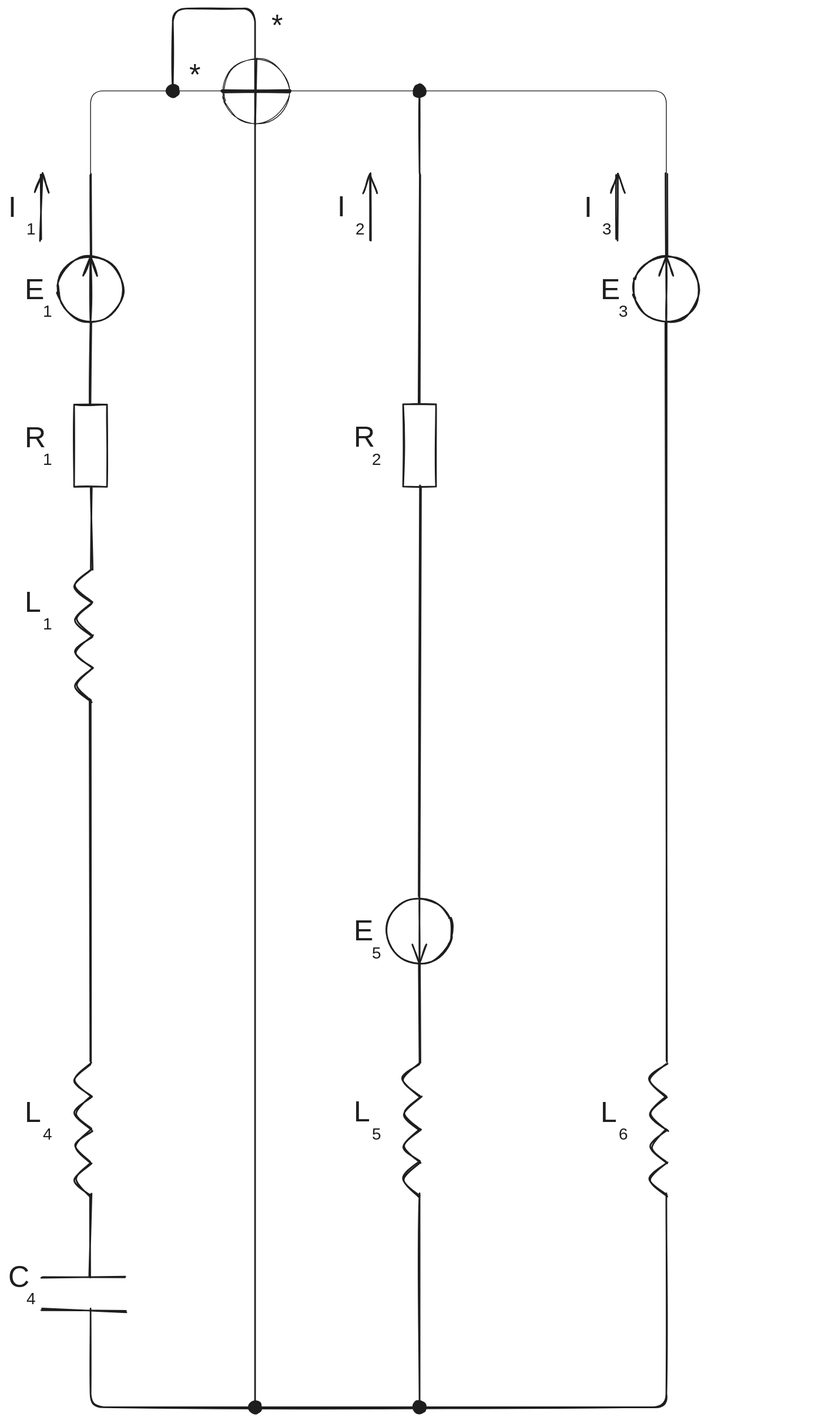
Above: ele/rygota2/task.excalidraw.svg in kawazaki42/NoteS4 (Excalidraw), before the change. Source tidied: one line per element, renumbered; positions are measured from the earlier drawing's top-left corner, leaving out a move shared by most shapes. Source of this version:
```json
{"id": 0, "type": "ellipse", "strokeColor": "#1e1e1e", "angle": 11.0, "strokeWidth": 2, "roughness": 1, "x": 60, "y": 301, "width": 80, "height": 80}
{"id": 1, "type": "arrow", "strokeColor": "#1e1e1e", "angle": 11.0, "strokeWidth": 2, "roughness": 1, "endArrowhead": "arrow", "x": 60, "y": 341, "width": 80, "height": 0, "points": [[0, 0], [80, 0]]}
{"id": 2, "type": "rectangle", "strokeColor": "#1e1e1e", "strokeWidth": 2, "roughness": 1, "x": 80, "y": 481, "width": 40, "height": 100}
{"id": 3, "type": "line", "strokeColor": "#1e1e1e", "strokeWidth": 2, "roughness": 1, "round": true, "x": 101, "y": 681, "width": 20, "height": 40, "points": [[0, 0], [-20, 20], [0, 40]]}
{"id": 4, "type": "line", "strokeColor": "#1e1e1e", "strokeWidth": 2, "roughness": 1, "round": true, "x": 102, "y": 722, "width": 20, "height": 40, "points": [[0, 0], [-20, 20], [0, 40]]}
{"id": 5, "type": "line", "strokeColor": "#1e1e1e", "strokeWidth": 2, "roughness": 1, "round": true, "x": 102, "y": 762, "width": 20, "height": 40, "points": [[0, 0], [-20, 20], [0, 40]]}
{"id": 6, "type": "line", "strokeColor": "#1e1e1e", "strokeWidth": 2, "roughness": 1, "round": true, "x": 102, "y": 803, "width": 20, "height": 40, "points": [[0, 0], [-20, 20], [0, 40]]}
{"id": 7, "type": "line", "strokeColor": "#1e1e1e", "strokeWidth": 2, "roughness": 1, "round": true, "x": 100, "y": 1282, "width": 20, "height": 40, "points": [[0, 0], [-20, 20], [0, 40]]}
{"id": 8, "type": "line", "strokeColor": "#1e1e1e", "strokeWidth": 2, "roughness": 1, "round": true, "x": 101, "y": 1323, "width": 20, "height": 40, "points": [[0, 0], [-20, 20], [0, 40]]}
{"id": 9, "type": "line", "strokeColor": "#1e1e1e", "strokeWidth": 2, "roughness": 1, "round": true, "x": 101, "y": 1363, "width": 20, "height": 40, "points": [[0, 0], [-20, 20], [0, 40]]}
{"id": 10, "type": "line", "strokeColor": "#1e1e1e", "strokeWidth": 2, "roughness": 1, "round": true, "x": 101, "y": 1403, "width": 20, "height": 40, "points": [[0, 0], [-20, 20], [0, 40]]}
{"id": 11, "type": "line", "strokeColor": "#1e1e1e", "strokeWidth": 2, "roughness": 1, "round": true, "x": 41, "y": 1542, "width": 100, "height": 0, "points": [[0, 0], [100, 0]]}
{"id": 12, "type": "line", "strokeColor": "#1e1e1e", "strokeWidth": 2, "roughness": 1, "round": true, "x": 40, "y": 1581, "width": 103, "height": 3, "points": [[0, 0], [103, 3]]}
{"id": 13, "type": "line", "strokeColor": "#1e1e1e", "strokeWidth": 2, "roughness": 1, "round": true, "x": 100, "y": 381, "width": 0, "height": 100, "points": [[0, 0], [0, 100]]}
{"id": 14, "type": "line", "strokeColor": "#1e1e1e", "strokeWidth": 2, "roughness": 1, "round": true, "x": 101, "y": 581, "width": 0, "height": 100, "points": [[0, 0], [0, 100]]}
{"id": 15, "type": "line", "strokeColor": "#1e1e1e", "strokeWidth": 2, "roughness": 1, "round": true, "x": 100, "y": 840, "width": 0, "height": 440, "points": [[0, 0], [0, 440]]}
{"id": 16, "type": "line", "strokeColor": "#1e1e1e", "strokeWidth": 2, "roughness": 1, "round": true, "x": 100, "y": 1441, "width": 0, "height": 100, "points": [[0, 0], [0, 100]]}
{"id": 17, "type": "line", "strokeColor": "#1e1e1e", "strokeWidth": 2, "roughness": 1, "round": true, "x": 100, "y": 301, "width": 0, "height": 100, "points": [[0, 0], [0, -100]]}
{"id": 18, "type": "arrow", "strokeColor": "#1e1e1e", "strokeWidth": 2, "roughness": 1, "endArrowhead": "arrow", "round": true, "x": 40, "y": 281, "width": 0, "height": 80, "points": [[0, 0], [0, -80]]}
{"id": 19, "type": "text", "text": "I", "strokeColor": "#1e1e1e", "strokeWidth": 2, "roughness": 1, "fontSize": 36, "fontFamily": 5, "x": 0, "y": 221, "width": 20, "height": 45}
{"id": 20, "type": "text", "text": "1", "strokeColor": "#1e1e1e", "strokeWidth": 2, "roughness": 1, "fontSize": 20, "fontFamily": 5, "x": 22, "y": 257, "width": 9, "height": 25}
{"id": 21, "type": "text", "text": "E", "strokeColor": "#1e1e1e", "strokeWidth": 2, "roughness": 1, "fontSize": 36, "fontFamily": 5, "x": 20, "y": 321, "width": 25, "height": 45}
{"id": 22, "type": "text", "text": "1", "strokeColor": "#1e1e1e", "strokeWidth": 2, "roughness": 1, "fontSize": 20, "fontFamily": 5, "x": 42, "y": 357, "width": 9, "height": 25}
{"id": 23, "type": "text", "text": "R", "strokeColor": "#1e1e1e", "strokeWidth": 2, "roughness": 1, "fontSize": 36, "fontFamily": 5, "x": 20, "y": 501, "width": 26, "height": 45}
{"id": 24, "type": "text", "text": "1", "strokeColor": "#1e1e1e", "strokeWidth": 2, "roughness": 1, "fontSize": 20, "fontFamily": 5, "x": 42, "y": 537, "width": 9, "height": 25}
{"id": 25, "type": "text", "text": "L", "strokeColor": "#1e1e1e", "strokeWidth": 2, "roughness": 1, "fontSize": 36, "fontFamily": 5, "x": 20, "y": 701, "width": 20, "height": 45}
{"id": 26, "type": "text", "text": "1", "strokeColor": "#1e1e1e", "strokeWidth": 2, "roughness": 1, "fontSize": 20, "fontFamily": 5, "x": 42, "y": 737, "width": 9, "height": 25}
{"id": 27, "type": "text", "text": "L", "strokeColor": "#1e1e1e", "strokeWidth": 2, "roughness": 1, "fontSize": 36, "fontFamily": 5, "x": 20, "y": 1321, "width": 20, "height": 45}
{"id": 28, "type": "text", "text": "4", "strokeColor": "#1e1e1e", "strokeWidth": 2, "roughness": 1, "fontSize": 20, "fontFamily": 5, "x": 42, "y": 1357, "width": 12, "height": 25}
{"id": 29, "type": "text", "text": "C", "strokeColor": "#1e1e1e", "strokeWidth": 2, "roughness": 1, "fontSize": 36, "fontFamily": 5, "x": 0, "y": 1521, "width": 23, "height": 45}
{"id": 30, "type": "text", "text": "4", "strokeColor": "#1e1e1e", "strokeWidth": 2, "roughness": 1, "fontSize": 20, "fontFamily": 5, "x": 22, "y": 1557, "width": 12, "height": 25}
{"id": 31, "type": "rectangle", "strokeColor": "#1e1e1e", "strokeWidth": 2, "roughness": 1, "x": 480, "y": 481, "width": 40, "height": 100}
{"id": 32, "type": "ellipse", "strokeColor": "#1e1e1e", "angle": -4.71, "strokeWidth": 2, "roughness": 1, "x": 460, "y": 1081, "width": 80, "height": 80}
{"id": 33, "type": "arrow", "strokeColor": "#1e1e1e", "angle": -4.71, "strokeWidth": 2, "roughness": 1, "endArrowhead": "arrow", "x": 460, "y": 1121, "width": 80, "height": 0, "points": [[0, 0], [80, 0]]}
{"id": 34, "type": "line", "strokeColor": "#1e1e1e", "strokeWidth": 2, "roughness": 1, "round": true, "x": 500, "y": 1282, "width": 20, "height": 40, "points": [[0, 0], [-20, 20], [0, 40]]}
{"id": 35, "type": "line", "strokeColor": "#1e1e1e", "strokeWidth": 2, "roughness": 1, "round": true, "x": 501, "y": 1323, "width": 20, "height": 40, "points": [[0, 0], [-20, 20], [0, 40]]}
{"id": 36, "type": "line", "strokeColor": "#1e1e1e", "strokeWidth": 2, "roughness": 1, "round": true, "x": 501, "y": 1363, "width": 20, "height": 40, "points": [[0, 0], [-20, 20], [0, 40]]}
{"id": 37, "type": "line", "strokeColor": "#1e1e1e", "strokeWidth": 2, "roughness": 1, "round": true, "x": 501, "y": 1403, "width": 20, "height": 40, "points": [[0, 0], [-20, 20], [0, 40]]}
{"id": 38, "type": "line", "strokeColor": "#1e1e1e", "strokeWidth": 2, "roughness": 1, "round": true, "x": 501, "y": 581, "width": 1, "height": 499, "points": [[0, 0], [-1, 499]]}
{"id": 39, "type": "line", "strokeColor": "#1e1e1e", "strokeWidth": 2, "roughness": 1, "round": true, "x": 500, "y": 1161, "width": 1, "height": 121, "points": [[0, 0], [1, 121]]}
{"id": 40, "type": "line", "strokeColor": "#1e1e1e", "strokeWidth": 2, "roughness": 1, "round": true, "x": 500, "y": 480, "width": 0, "height": 279, "points": [[0, 0], [0, -279]]}
{"id": 41, "type": "arrow", "strokeColor": "#1e1e1e", "strokeWidth": 2, "roughness": 1, "endArrowhead": "arrow", "round": true, "x": 440, "y": 281, "width": 0, "height": 80, "points": [[0, 0], [0, -80]]}
{"id": 42, "type": "text", "text": "I", "strokeColor": "#1e1e1e", "strokeWidth": 2, "roughness": 1, "fontSize": 36, "fontFamily": 5, "x": 400, "y": 221, "width": 20, "height": 45}
{"id": 43, "type": "text", "text": "2", "strokeColor": "#1e1e1e", "strokeWidth": 2, "roughness": 1, "fontSize": 20, "fontFamily": 5, "x": 422, "y": 257, "width": 14, "height": 25}
{"id": 44, "type": "text", "text": "R", "strokeColor": "#1e1e1e", "strokeWidth": 2, "roughness": 1, "fontSize": 36, "fontFamily": 5, "x": 420, "y": 501, "width": 26, "height": 45}
{"id": 45, "type": "text", "text": "2", "strokeColor": "#1e1e1e", "strokeWidth": 2, "roughness": 1, "fontSize": 20, "fontFamily": 5, "x": 442, "y": 537, "width": 14, "height": 25}
{"id": 46, "type": "text", "text": "E", "strokeColor": "#1e1e1e", "strokeWidth": 2, "roughness": 1, "fontSize": 36, "fontFamily": 5, "x": 420, "y": 1101, "width": 25, "height": 45}
{"id": 47, "type": "text", "text": "5", "strokeColor": "#1e1e1e", "strokeWidth": 2, "roughness": 1, "fontSize": 20, "fontFamily": 5, "x": 442, "y": 1137, "width": 12, "height": 25}
{"id": 48, "type": "text", "text": "L", "strokeColor": "#1e1e1e", "strokeWidth": 2, "roughness": 1, "fontSize": 36, "fontFamily": 5, "x": 420, "y": 1321, "width": 20, "height": 45}
{"id": 49, "type": "text", "text": "5", "strokeColor": "#1e1e1e", "strokeWidth": 2, "roughness": 1, "fontSize": 20, "fontFamily": 5, "x": 442, "y": 1357, "width": 12, "height": 25}
{"id": 50, "type": "ellipse", "strokeColor": "#1e1e1e", "angle": 11.0, "strokeWidth": 2, "roughness": 1, "x": 760, "y": 301, "width": 80, "height": 80}
{"id": 51, "type": "arrow", "strokeColor": "#1e1e1e", "angle": 11.0, "strokeWidth": 2, "roughness": 1, "endArrowhead": "arrow", "x": 760, "y": 341, "width": 80, "height": 0, "points": [[0, 0], [80, 0]]}
{"id": 52, "type": "line", "strokeColor": "#1e1e1e", "strokeWidth": 2, "roughness": 1, "round": true, "x": 800, "y": 1282, "width": 20, "height": 40, "points": [[0, 0], [-20, 20], [0, 40]]}
{"id": 53, "type": "line", "strokeColor": "#1e1e1e", "strokeWidth": 2, "roughness": 1, "round": true, "x": 801, "y": 1323, "width": 20, "height": 40, "points": [[0, 0], [-20, 20], [0, 40]]}
{"id": 54, "type": "line", "strokeColor": "#1e1e1e", "strokeWidth": 2, "roughness": 1, "round": true, "x": 801, "y": 1363, "width": 20, "height": 40, "points": [[0, 0], [-20, 20], [0, 40]]}
{"id": 55, "type": "line", "strokeColor": "#1e1e1e", "strokeWidth": 2, "roughness": 1, "round": true, "x": 801, "y": 1403, "width": 20, "height": 40, "points": [[0, 0], [-20, 20], [0, 40]]}
{"id": 56, "type": "line", "strokeColor": "#1e1e1e", "strokeWidth": 2, "roughness": 1, "round": true, "x": 800, "y": 381, "width": 0, "height": 899, "points": [[0, 0], [0, 899]]}
{"id": 57, "type": "line", "strokeColor": "#1e1e1e", "strokeWidth": 2, "roughness": 1, "round": true, "x": 800, "y": 301, "width": 0, "height": 100, "points": [[0, 0], [0, -100]]}
{"id": 58, "type": "arrow", "strokeColor": "#1e1e1e", "strokeWidth": 2, "roughness": 1, "endArrowhead": "arrow", "round": true, "x": 740, "y": 281, "width": 0, "height": 80, "points": [[0, 0], [0, -80]]}
{"id": 59, "type": "text", "text": "I", "strokeColor": "#1e1e1e", "strokeWidth": 2, "roughness": 1, "fontSize": 36, "fontFamily": 5, "x": 700, "y": 221, "width": 20, "height": 45}
{"id": 60, "type": "text", "text": "3", "strokeColor": "#1e1e1e", "strokeWidth": 2, "roughness": 1, "fontSize": 20, "fontFamily": 5, "x": 722, "y": 257, "width": 12, "height": 25}
{"id": 61, "type": "text", "text": "E", "strokeColor": "#1e1e1e", "strokeWidth": 2, "roughness": 1, "fontSize": 36, "fontFamily": 5, "x": 720, "y": 321, "width": 25, "height": 45}
{"id": 62, "type": "text", "text": "3", "strokeColor": "#1e1e1e", "strokeWidth": 2, "roughness": 1, "fontSize": 20, "fontFamily": 5, "x": 742, "y": 357, "width": 12, "height": 25}
{"id": 63, "type": "text", "text": "L", "strokeColor": "#1e1e1e", "strokeWidth": 2, "roughness": 1, "fontSize": 36, "fontFamily": 5, "x": 720, "y": 1321, "width": 20, "height": 45}
{"id": 64, "type": "text", "text": "6", "strokeColor": "#1e1e1e", "strokeWidth": 2, "roughness": 1, "fontSize": 20, "fontFamily": 5, "x": 742, "y": 1357, "width": 13, "height": 25}
{"id": 65, "type": "arrow", "strokeColor": "#1e1e1e", "strokeWidth": 2, "roughness": 1, "x": 100, "y": 1580, "width": 700, "height": 260, "points": [[0, 0], [0, 120], [700, 120], [700, -140]]}
{"id": 66, "type": "arrow", "strokeColor": "#1e1e1e", "strokeWidth": 2, "roughness": 1, "startArrowhead": "circle", "x": 500, "y": 1700, "width": 0, "height": 260, "points": [[0, 0], [0, -260]]}
{"id": 67, "type": "arrow", "strokeColor": "#1e1e1e", "strokeWidth": 1, "roughness": 0, "x": 100, "y": 200, "width": 700, "height": 100, "points": [[0, 0], [0, -100], [700, -100], [700, 0]]}
{"id": 68, "type": "arrow", "strokeColor": "#1e1e1e", "strokeWidth": 2, "roughness": 1, "startArrowhead": "circle", "x": 500, "y": 100, "width": 0, "height": 100, "points": [[0, 0], [0, 100]]}
{"id": 69, "type": "ellipse", "strokeColor": "#1e1e1e", "angle": 11.0, "strokeWidth": 1, "roughness": 1, "x": 261, "y": 61, "width": 80, "height": 80}
{"id": 70, "type": "line", "strokeColor": "#1e1e1e", "strokeWidth": 4, "roughness": 1, "round": true, "x": 261, "y": 101, "width": 80, "height": 0, "points": [[0, 0], [80, 0]]}
{"id": 71, "type": "line", "strokeColor": "#1e1e1e", "strokeWidth": 1, "roughness": 1, "round": true, "x": 301, "y": 61, "width": 0, "height": 80, "points": [[0, 0], [0, 80]]}
{"id": 72, "type": "arrow", "strokeColor": "#1e1e1e", "strokeWidth": 2, "roughness": 1, "startArrowhead": "circle", "endArrowhead": "circle", "x": 200, "y": 100, "width": 100, "height": 1700, "points": [[0, 0], [0, -100], [100, -100], [100, 1600]]}
{"id": 73, "type": "text", "text": "*", "strokeColor": "#1e1e1e", "strokeWidth": 2, "roughness": 1, "fontSize": 36, "fontFamily": 5, "x": 320, "y": 0, "width": 19, "height": 45}
{"id": 74, "type": "text", "text": "*", "strokeColor": "#1e1e1e", "strokeWidth": 2, "roughness": 1, "fontSize": 36, "fontFamily": 5, "x": 220, "y": 60, "width": 19, "height": 45}
```
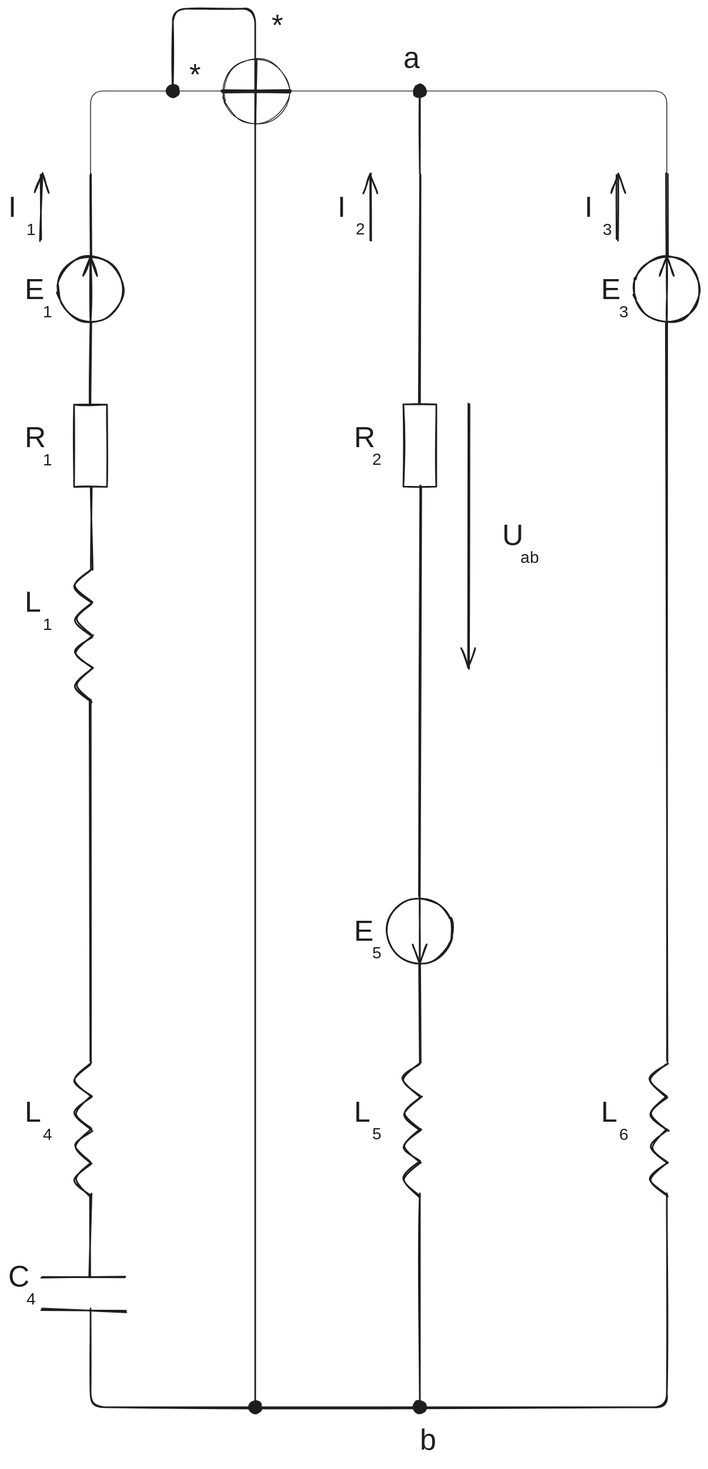
After the change.

Diff of the diagram source:
```diff
@@ -73,3 +73,8 @@
 {"id": 72, "type": "arrow", "strokeColor": "#1e1e1e", "strokeWidth": 2, "roughness": 1, "startArrowhead": "circle", "endArrowhead": "circle", "x": 200, "y": 100, "width": 100, "height": 1700, "points": [[0, 0], [0, -100], [100, -100], [100, 1600]]}
 {"id": 73, "type": "text", "text": "*", "strokeColor": "#1e1e1e", "strokeWidth": 2, "roughness": 1, "fontSize": 36, "fontFamily": 5, "x": 320, "y": 0, "width": 19, "height": 45}
 {"id": 74, "type": "text", "text": "*", "strokeColor": "#1e1e1e", "strokeWidth": 2, "roughness": 1, "fontSize": 36, "fontFamily": 5, "x": 220, "y": 60, "width": 19, "height": 45}
+{"id": 75, "type": "text", "text": "a", "strokeColor": "#1e1e1e", "strokeWidth": 2, "roughness": 1, "fontSize": 36, "fontFamily": 5, "x": 480, "y": 40, "width": 21, "height": 45}
+{"id": 76, "type": "text", "text": "b", "strokeColor": "#1e1e1e", "strokeWidth": 2, "roughness": 1, "fontSize": 36, "fontFamily": 5, "x": 500, "y": 1720, "width": 20, "height": 45}
+{"id": 77, "type": "arrow", "strokeColor": "#1e1e1e", "strokeWidth": 2, "roughness": 1, "endArrowhead": "arrow", "round": true, "x": 560, "y": 480, "width": 0, "height": 322, "points": [[0, 0], [0, 322]]}
+{"id": 78, "type": "text", "text": "U", "strokeColor": "#1e1e1e", "strokeWidth": 2, "roughness": 1, "fontSize": 36, "fontFamily": 5, "x": 600, "y": 620, "width": 26, "height": 45}
+{"id": 79, "type": "text", "text": "ab", "strokeColor": "#1e1e1e", "strokeWidth": 2, "roughness": 1, "fontSize": 20, "fontFamily": 5, "x": 622, "y": 656, "width": 23, "height": 25}
```
